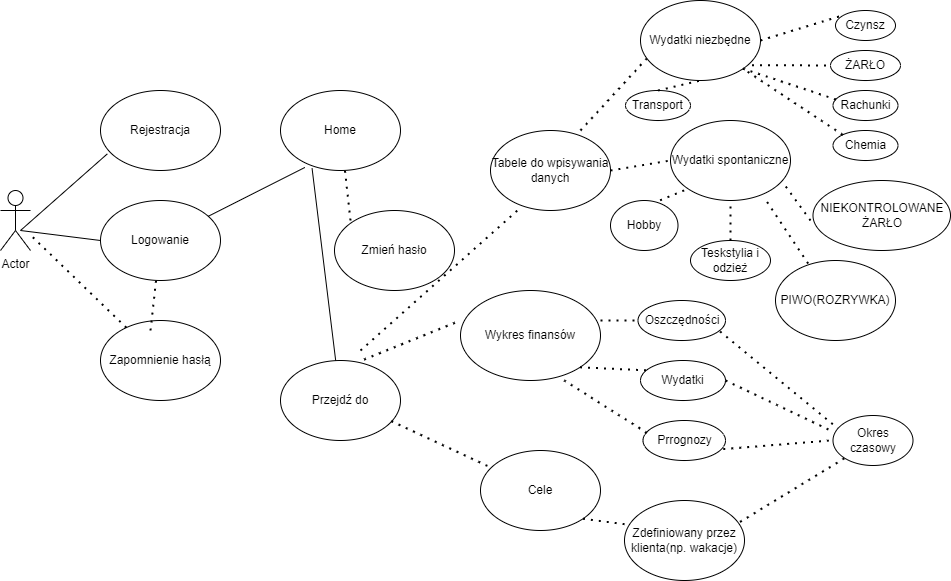
This is Diagram_finansow.png from missbo-cyber/Project, a draw.io export, as it was before one commit. Source tidied: cells renumbered, new cells last; positions are measured from the earlier drawing's top-left corner, leaving out a move shared by most shapes.
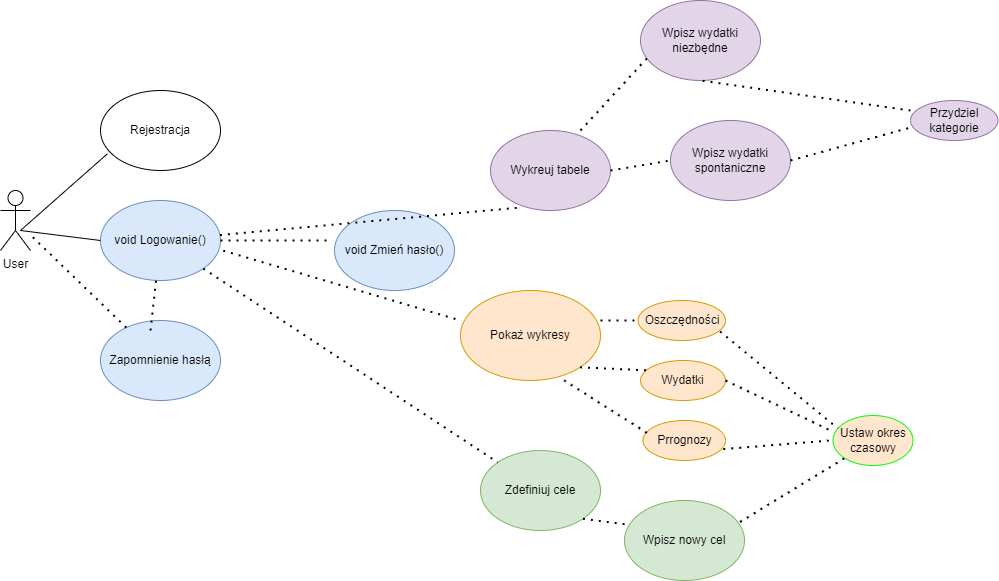
Above is the later version.

What changed in the source:
```diff
@@ -2,16 +2,16 @@
   <root>
     <mxCell id="0" />
     <mxCell id="1" parent="0" />
-    <mxCell id="2" value="Actor" style="shape=umlActor;verticalLabelPosition=bottom;verticalAlign=top;html=1;outlineConnect=0;" parent="1" vertex="1">
+    <mxCell id="2" value="User" style="shape=umlActor;verticalLabelPosition=bottom;verticalAlign=top;html=1;outlineConnect=0;" parent="1" vertex="1">
       <mxGeometry y="190" width="30" height="60" as="geometry" />
     </mxCell>
-    <mxCell id="3" value="Logowanie" style="ellipse;whiteSpace=wrap;html=1;" parent="1" vertex="1">
+    <mxCell id="3" value="void Logowanie()" style="ellipse;whiteSpace=wrap;html=1;fillColor=#dae8fc;strokeColor=#6c8ebf;" parent="1" vertex="1">
       <mxGeometry x="100" y="200" width="120" height="80" as="geometry" />
     </mxCell>
     <mxCell id="4" value="Rejestracja" style="ellipse;whiteSpace=wrap;html=1;" parent="1" vertex="1">
       <mxGeometry x="100" y="90" width="120" height="80" as="geometry" />
     </mxCell>
-    <mxCell id="5" value="Zapomnienie hasłą" style="ellipse;whiteSpace=wrap;html=1;" parent="1" vertex="1">
+    <mxCell id="5" value="Zapomnienie hasłą" style="ellipse;whiteSpace=wrap;html=1;fillColor=#dae8fc;strokeColor=#6c8ebf;" parent="1" vertex="1">
       <mxGeometry x="100" y="320" width="120" height="80" as="geometry" />
     </mxCell>
     <mxCell id="6" style="endArrow=none;html=1;rounded=0;" parent="1" edge="1">
@@ -20,12 +20,6 @@
         <mxPoint x="100" y="240" as="targetPoint" />
       </mxGeometry>
     </mxCell>
-    <mxCell id="7" value="Home" style="ellipse;whiteSpace=wrap;html=1;" parent="1" vertex="1">
-      <mxGeometry x="280" y="90" width="120" height="80" as="geometry" />
-    </mxCell>
-    <mxCell id="8" style="endArrow=none;html=1;rounded=0;entryX=0.203;entryY=0.962;entryDx=0;entryDy=0;entryPerimeter=0;" parent="1" edge="1" source="3" target="7">
-      <mxGeometry relative="1" as="geometry" />
-    </mxCell>
     <mxCell id="9" style="endArrow=none;html=1;rounded=0;entryX=0.057;entryY=0.792;entryDx=0;entryDy=0;entryPerimeter=0;" parent="1" edge="1" target="4">
       <mxGeometry relative="1" as="geometry">
         <mxPoint x="20" y="230" as="sourcePoint" />
@@ -39,44 +33,31 @@
         <mxPoint x="150" y="330" as="sourcePoint" />
       </mxGeometry>
     </mxCell>
-    <mxCell id="12" value="Zmień hasło" style="ellipse;whiteSpace=wrap;html=1;" parent="1" vertex="1">
+    <mxCell id="12" value="void Zmień hasło()" style="ellipse;whiteSpace=wrap;html=1;fillColor=#dae8fc;strokeColor=#6c8ebf;" parent="1" vertex="1">
       <mxGeometry x="334" y="210" width="120" height="80" as="geometry" />
     </mxCell>
-    <mxCell id="13" style="endArrow=none;dashed=1;html=1;dashPattern=1 3;strokeWidth=2;rounded=0;" parent="1" edge="1" target="7">
-      <mxGeometry relative="1" as="geometry">
-        <mxPoint x="350" y="220" as="sourcePoint" />
-      </mxGeometry>
-    </mxCell>
-    <mxCell id="14" value="Przejdź do" style="ellipse;whiteSpace=wrap;html=1;" parent="1" vertex="1">
-      <mxGeometry x="280" y="360" width="120" height="80" as="geometry" />
-    </mxCell>
-    <mxCell id="15" style="endArrow=none;html=1;rounded=0;entryX=0.263;entryY=0.972;entryDx=0;entryDy=0;entryPerimeter=0;" parent="1" edge="1" source="14" target="7">
-      <mxGeometry relative="1" as="geometry" />
-    </mxCell>
-    <mxCell id="16" value="Wykres finansów" style="ellipse;whiteSpace=wrap;html=1;" parent="1" vertex="1">
+    <mxCell id="16" value="Pokaż wykresy" style="ellipse;whiteSpace=wrap;html=1;fillColor=#ffe6cc;strokeColor=#d79b00;" parent="1" vertex="1">
       <mxGeometry x="460" y="290" width="140" height="90" as="geometry" />
     </mxCell>
-    <mxCell id="17" style="endArrow=none;dashed=1;html=1;dashPattern=1 3;strokeWidth=2;rounded=0;exitX=0.697;exitY=-0.012;exitDx=0;exitDy=0;exitPerimeter=0;entryX=0;entryY=0.333;entryDx=0;entryDy=0;entryPerimeter=0;" parent="1" edge="1" source="14" target="16">
+    <mxCell id="17" style="endArrow=none;dashed=1;html=1;dashPattern=1 3;strokeWidth=2;rounded=0;exitX=1.023;exitY=0.627;exitDx=0;exitDy=0;exitPerimeter=0;entryX=0;entryY=0.333;entryDx=0;entryDy=0;entryPerimeter=0;" parent="1" edge="1" source="3" target="16">
       <mxGeometry relative="1" as="geometry" />
     </mxCell>
-    <mxCell id="18" value="Tabele do wpisywania&lt;br&gt;danych" style="ellipse;whiteSpace=wrap;html=1;" parent="1" vertex="1">
+    <mxCell id="18" value="Wykreuj tabele" style="ellipse;whiteSpace=wrap;html=1;fillColor=#e1d5e7;strokeColor=#9673a6;" parent="1" vertex="1">
       <mxGeometry x="490" y="130" width="120" height="80" as="geometry" />
     </mxCell>
-    <mxCell id="19" style="endArrow=none;dashed=1;html=1;dashPattern=1 3;strokeWidth=2;rounded=0;entryX=0.253;entryY=0.962;entryDx=0;entryDy=0;entryPerimeter=0;" parent="1" edge="1" target="18">
-      <mxGeometry relative="1" as="geometry">
-        <mxPoint x="360" y="350" as="sourcePoint" />
-      </mxGeometry>
+    <mxCell id="19" style="endArrow=none;dashed=1;html=1;dashPattern=1 3;strokeWidth=2;rounded=0;entryX=0.253;entryY=0.962;entryDx=0;entryDy=0;entryPerimeter=0;" parent="1" edge="1" source="3" target="18">
+      <mxGeometry relative="1" as="geometry" />
     </mxCell>
-    <mxCell id="20" value="Cele" style="ellipse;whiteSpace=wrap;html=1;" parent="1" vertex="1">
+    <mxCell id="20" value="Zdefiniuj cele" style="ellipse;whiteSpace=wrap;html=1;fillColor=#d5e8d4;strokeColor=#82b366;" parent="1" vertex="1">
       <mxGeometry x="480" y="450" width="120" height="80" as="geometry" />
     </mxCell>
-    <mxCell id="21" style="endArrow=none;dashed=1;html=1;dashPattern=1 3;strokeWidth=2;rounded=0;exitX=0.923;exitY=0.758;exitDx=0;exitDy=0;exitPerimeter=0;" parent="1" edge="1" source="14" target="20">
+    <mxCell id="21" style="endArrow=none;dashed=1;html=1;dashPattern=1 3;strokeWidth=2;rounded=0;" parent="1" edge="1" source="3" target="20">
       <mxGeometry relative="1" as="geometry" />
     </mxCell>
-    <mxCell id="22" value="Wydatki niezbędne" style="ellipse;whiteSpace=wrap;html=1;" parent="1" vertex="1">
+    <mxCell id="22" value="Wpisz wydatki niezbędne" style="ellipse;whiteSpace=wrap;html=1;fillColor=#e1d5e7;strokeColor=#9673a6;" parent="1" vertex="1">
       <mxGeometry x="640" width="120" height="80" as="geometry" />
     </mxCell>
-    <mxCell id="23" value="Wydatki spontaniczne" style="ellipse;whiteSpace=wrap;html=1;" parent="1" vertex="1">
+    <mxCell id="23" value="Wpisz wydatki spontaniczne" style="ellipse;whiteSpace=wrap;html=1;fillColor=#e1d5e7;strokeColor=#9673a6;" parent="1" vertex="1">
       <mxGeometry x="670" y="120" width="120" height="80" as="geometry" />
     </mxCell>
     <mxCell id="24" style="endArrow=none;dashed=1;html=1;dashPattern=1 3;strokeWidth=2;rounded=0;exitX=0.75;exitY=0;exitDx=0;exitDy=0;exitPerimeter=0;entryX=0.057;entryY=0.717;entryDx=0;entryDy=0;entryPerimeter=0;" parent="1" edge="1" source="18" target="22">
@@ -85,63 +66,13 @@
     <mxCell id="25" style="endArrow=none;dashed=1;html=1;dashPattern=1 3;strokeWidth=2;rounded=0;exitX=1;exitY=0.5;exitDx=0;exitDy=0;entryX=0;entryY=0.5;entryDx=0;entryDy=0;" parent="1" edge="1" source="18" target="23">
       <mxGeometry relative="1" as="geometry" />
     </mxCell>
-    <mxCell id="26" value="Czynsz" style="ellipse;whiteSpace=wrap;html=1;" parent="1" vertex="1">
-      <mxGeometry x="835" y="10" width="60" height="30" as="geometry" />
-    </mxCell>
-    <mxCell id="27" value="ŻARŁO" style="ellipse;whiteSpace=wrap;html=1;" parent="1" vertex="1">
-      <mxGeometry x="830" y="50" width="70" height="30" as="geometry" />
-    </mxCell>
-    <mxCell id="28" value="Rachunki" style="ellipse;whiteSpace=wrap;html=1;" parent="1" vertex="1">
-      <mxGeometry x="832.5" y="90" width="65" height="30" as="geometry" />
-    </mxCell>
-    <mxCell id="29" style="endArrow=none;dashed=1;html=1;dashPattern=1 3;strokeWidth=2;rounded=0;exitX=1;exitY=0.5;exitDx=0;exitDy=0;entryX=0;entryY=0;entryDx=0;entryDy=0;" parent="1" edge="1" source="22" target="26">
-      <mxGeometry relative="1" as="geometry" />
-    </mxCell>
-    <mxCell id="30" style="endArrow=none;dashed=1;html=1;dashPattern=1 3;strokeWidth=2;rounded=0;exitX=0.93;exitY=0.808;exitDx=0;exitDy=0;exitPerimeter=0;entryX=0;entryY=0.5;entryDx=0;entryDy=0;" parent="1" edge="1" source="22" target="27">
-      <mxGeometry relative="1" as="geometry" />
-    </mxCell>
-    <mxCell id="31" style="endArrow=none;dashed=1;html=1;dashPattern=1 3;strokeWidth=2;rounded=0;exitX=1;exitY=1;exitDx=0;exitDy=0;entryX=0.048;entryY=0.3;entryDx=0;entryDy=0;entryPerimeter=0;" parent="1" edge="1" source="22" target="28">
-      <mxGeometry relative="1" as="geometry" />
-    </mxCell>
-    <mxCell id="32" value="Chemia" style="ellipse;whiteSpace=wrap;html=1;" parent="1" vertex="1">
-      <mxGeometry x="832.5" y="130" width="65" height="30" as="geometry" />
-    </mxCell>
-    <mxCell id="33" style="endArrow=none;dashed=1;html=1;dashPattern=1 3;strokeWidth=2;rounded=0;exitX=0;exitY=0;exitDx=0;exitDy=0;" parent="1" edge="1" source="32" target="22">
-      <mxGeometry relative="1" as="geometry" />
-    </mxCell>
-    <mxCell id="34" value="NIEKONTROLOWANE&lt;br&gt;ŻARŁO" style="ellipse;whiteSpace=wrap;html=1;" parent="1" vertex="1">
-      <mxGeometry x="812.5" y="180" width="137.5" height="70" as="geometry" />
-    </mxCell>
-    <mxCell id="35" value="PIWO(ROZRYWKA)" style="ellipse;whiteSpace=wrap;html=1;" parent="1" vertex="1">
-      <mxGeometry x="775" y="260" width="120" height="80" as="geometry" />
-    </mxCell>
-    <mxCell id="36" value="Hobby" style="ellipse;whiteSpace=wrap;html=1;" parent="1" vertex="1">
-      <mxGeometry x="610" y="200" width="67.5" height="50" as="geometry" />
-    </mxCell>
-    <mxCell id="37" value="Teskstylia i odzież" style="ellipse;whiteSpace=wrap;html=1;" parent="1" vertex="1">
-      <mxGeometry x="690" y="240" width="80" height="40" as="geometry" />
-    </mxCell>
-    <mxCell id="38" style="endArrow=none;dashed=1;html=1;dashPattern=1 3;strokeWidth=2;rounded=0;exitX=0.735;exitY=-0.004;exitDx=0;exitDy=0;exitPerimeter=0;entryX=0;entryY=1;entryDx=0;entryDy=0;" parent="1" edge="1" source="36" target="23">
-      <mxGeometry relative="1" as="geometry" />
-    </mxCell>
-    <mxCell id="39" style="endArrow=none;dashed=1;html=1;dashPattern=1 3;strokeWidth=2;rounded=0;exitX=0.5;exitY=0;exitDx=0;exitDy=0;entryX=0.5;entryY=1;entryDx=0;entryDy=0;" parent="1" edge="1" source="37" target="23">
-      <mxGeometry relative="1" as="geometry" />
-    </mxCell>
-    <mxCell id="40" style="endArrow=none;dashed=1;html=1;dashPattern=1 3;strokeWidth=2;rounded=0;entryX=0.933;entryY=0.768;entryDx=0;entryDy=0;entryPerimeter=0;" parent="1" edge="1" target="23">
-      <mxGeometry relative="1" as="geometry">
-        <mxPoint x="810" y="220" as="sourcePoint" />
-      </mxGeometry>
-    </mxCell>
-    <mxCell id="41" style="endArrow=none;dashed=1;html=1;dashPattern=1 3;strokeWidth=2;rounded=0;entryX=0.787;entryY=0.978;entryDx=0;entryDy=0;entryPerimeter=0;exitX=0.272;exitY=0.038;exitDx=0;exitDy=0;exitPerimeter=0;" parent="1" edge="1" source="35" target="23">
-      <mxGeometry relative="1" as="geometry" />
-    </mxCell>
-    <mxCell id="42" value="Oszczędności" style="ellipse;whiteSpace=wrap;html=1;" parent="1" vertex="1">
+    <mxCell id="42" value="Oszczędności" style="ellipse;whiteSpace=wrap;html=1;fillColor=#ffe6cc;strokeColor=#d79b00;" parent="1" vertex="1">
       <mxGeometry x="637.5" y="300" width="87.5" height="40" as="geometry" />
     </mxCell>
-    <mxCell id="43" value="Wydatki" style="ellipse;whiteSpace=wrap;html=1;" parent="1" vertex="1">
+    <mxCell id="43" value="Wydatki" style="ellipse;whiteSpace=wrap;html=1;fillColor=#ffe6cc;strokeColor=#d79b00;" parent="1" vertex="1">
       <mxGeometry x="640" y="360" width="85" height="40" as="geometry" />
     </mxCell>
-    <mxCell id="44" value="Prrognozy" style="ellipse;whiteSpace=wrap;html=1;" parent="1" vertex="1">
+    <mxCell id="44" value="Prrognozy" style="ellipse;whiteSpace=wrap;html=1;fillColor=#ffe6cc;strokeColor=#d79b00;" parent="1" vertex="1">
       <mxGeometry x="642.5" y="420" width="82.5" height="40" as="geometry" />
     </mxCell>
     <mxCell id="45" style="endArrow=none;dashed=1;html=1;dashPattern=1 3;strokeWidth=2;rounded=0;entryX=0;entryY=0.5;entryDx=0;entryDy=0;" parent="1" edge="1" target="42">
@@ -157,7 +88,7 @@
     <mxCell id="47" style="endArrow=none;dashed=1;html=1;dashPattern=1 3;strokeWidth=2;rounded=0;exitX=0.74;exitY=0.998;exitDx=0;exitDy=0;exitPerimeter=0;entryX=0.052;entryY=0.315;entryDx=0;entryDy=0;entryPerimeter=0;" parent="1" edge="1" source="16" target="44">
       <mxGeometry relative="1" as="geometry" />
     </mxCell>
-    <mxCell id="48" value="Okres czasowy" style="ellipse;whiteSpace=wrap;html=1;" parent="1" vertex="1">
+    <mxCell id="48" value="Ustaw okres czasowy" style="ellipse;whiteSpace=wrap;html=1;fillColor=#ffe6cc;strokeColor=#00FF00;" parent="1" vertex="1">
       <mxGeometry x="832.5" y="415" width="80" height="50" as="geometry" />
     </mxCell>
     <mxCell id="49" style="endArrow=none;dashed=1;html=1;dashPattern=1 3;strokeWidth=2;rounded=0;exitX=0.938;exitY=0.775;exitDx=0;exitDy=0;exitPerimeter=0;entryX=0.059;entryY=0.256;entryDx=0;entryDy=0;entryPerimeter=0;" parent="1" edge="1" source="42" target="48">
@@ -173,7 +104,7 @@
         <mxPoint x="830" y="440" as="targetPoint" />
       </mxGeometry>
     </mxCell>
-    <mxCell id="52" value="Zdefiniowany przez klienta(np. wakacje)" style="ellipse;whiteSpace=wrap;html=1;" parent="1" vertex="1">
+    <mxCell id="52" value="Wpisz nowy cel" style="ellipse;whiteSpace=wrap;html=1;fillColor=#d5e8d4;strokeColor=#82b366;" parent="1" vertex="1">
       <mxGeometry x="624" y="500" width="120" height="80" as="geometry" />
     </mxCell>
     <mxCell id="53" style="endArrow=none;dashed=1;html=1;dashPattern=1 3;strokeWidth=2;rounded=0;exitX=1;exitY=1;exitDx=0;exitDy=0;entryX=0.01;entryY=0.298;entryDx=0;entryDy=0;entryPerimeter=0;" parent="1" edge="1" source="20" target="52">
@@ -182,13 +113,21 @@
     <mxCell id="54" style="endArrow=none;dashed=1;html=1;dashPattern=1 3;strokeWidth=2;rounded=0;exitX=0.963;exitY=0.268;exitDx=0;exitDy=0;exitPerimeter=0;entryX=0;entryY=1;entryDx=0;entryDy=0;" parent="1" edge="1" source="52" target="48">
       <mxGeometry relative="1" as="geometry" />
     </mxCell>
-    <mxCell id="55" value="Transport" style="ellipse;whiteSpace=wrap;html=1;" parent="1" vertex="1">
-      <mxGeometry x="625" y="90" width="65" height="30" as="geometry" />
-    </mxCell>
-    <mxCell id="56" style="endArrow=none;dashed=1;html=1;dashPattern=1 3;strokeWidth=2;rounded=0;exitX=0.5;exitY=0;exitDx=0;exitDy=0;" parent="1" edge="1" source="55">
+    <mxCell id="56" style="endArrow=none;dashed=1;html=1;dashPattern=1 3;strokeWidth=2;rounded=0;exitX=0;exitY=0.25;exitDx=0;exitDy=0;exitPerimeter=0;" parent="1" edge="1" source="58">
       <mxGeometry relative="1" as="geometry">
         <mxPoint x="700" y="80" as="targetPoint" />
       </mxGeometry>
     </mxCell>
+    <mxCell id="57" style="endArrow=none;dashed=1;html=1;dashPattern=1 3;strokeWidth=2;rounded=0;exitX=1;exitY=0.5;exitDx=0;exitDy=0;" parent="1" edge="1" source="3">
+      <mxGeometry relative="1" as="geometry">
+        <mxPoint x="330" y="240" as="targetPoint" />
+      </mxGeometry>
+    </mxCell>
+    <mxCell id="58" value="Przydziel kategorie" style="ellipse;whiteSpace=wrap;html=1;fillColor=#e1d5e7;strokeColor=#9673a6;" parent="1" vertex="1">
+      <mxGeometry x="910" y="100" width="87.5" height="40" as="geometry" />
+    </mxCell>
+    <mxCell id="59" style="endArrow=none;dashed=1;html=1;dashPattern=1 3;strokeWidth=2;rounded=0;exitX=1;exitY=0.5;exitDx=0;exitDy=0;entryX=0;entryY=0.675;entryDx=0;entryDy=0;entryPerimeter=0;" parent="1" edge="1" source="23" target="58">
+      <mxGeometry relative="1" as="geometry" />
+    </mxCell>
   </root>
 </mxGraphModel>
```
